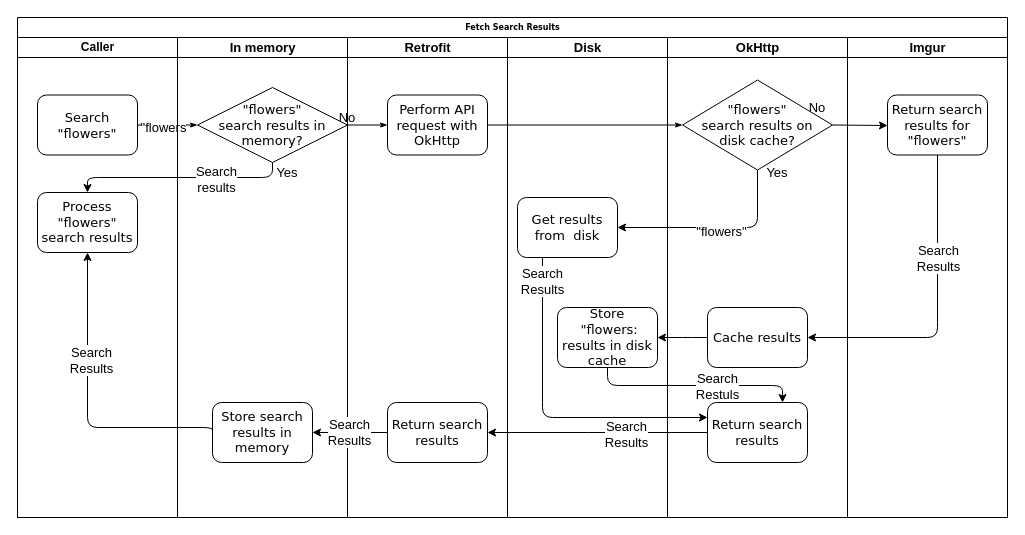
Earlier version of the draw.io diagram ImgurSearchFlowDiagram.drawio (pathakashish/ImgurSearchDemo). Source tidied: cells renumbered, new cells numbered last; positions are measured from the earlier drawing's top-left corner, leaving out a move shared by most shapes. Both pictures are drawn from the tidied source at 100%, with x=0, y=0 at pixel (17, 17).
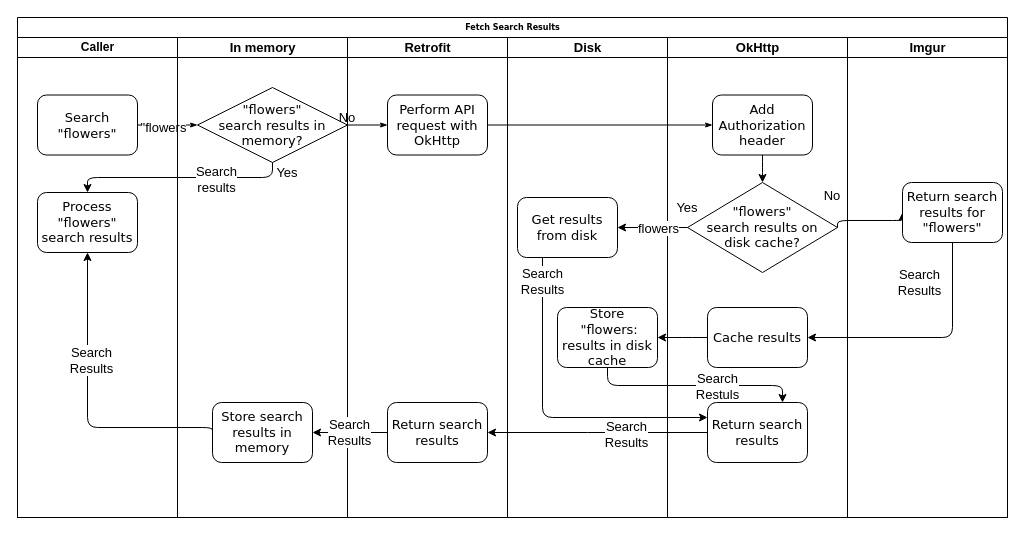
Above is the later version.

Commit message:
Add the authorization header

Unchanged cells that the change refers to:
```xml
<mxCell id="2" value="Fetch Search Results" style="swimlane;html=1;startSize=20;rounded=0;shadow=0;labelBackgroundColor=none;strokeWidth=1;fontFamily=Verdana;fontSize=8;align=center;" parent="1" vertex="1">
  <mxGeometry width="990" height="500" as="geometry" />
</mxCell>
<mxCell id="15" value="Perform API request with OkHttp" style="rounded=1;whiteSpace=wrap;html=1;shadow=0;labelBackgroundColor=none;strokeWidth=1;fontFamily=Verdana;fontSize=13;align=center;" parent="12" vertex="1">
  <mxGeometry x="40" y="57.5" width="100" height="60" as="geometry" />
</mxCell>
<mxCell id="16" value="Disk" style="swimlane;html=1;startSize=20;fontSize=13;" parent="2" vertex="1">
  <mxGeometry x="490" y="20" width="160" height="480" as="geometry" />
</mxCell>
<mxCell id="19" value="OkHttp" style="swimlane;html=1;startSize=20;fontSize=13;" parent="2" vertex="1">
  <mxGeometry x="650" y="20" width="180" height="480" as="geometry" />
</mxCell>
<mxCell id="25" value="Imgur" style="swimlane;html=1;startSize=20;fontSize=13;" parent="2" vertex="1">
  <mxGeometry x="830" y="20" width="160" height="480" as="geometry" />
</mxCell>
```

What changed in the source:
```diff
@@
-    <mxCell id="17" value="Get results from &amp;nbsp;disk" style="rounded=1;whiteSpace=wrap;html=1;shadow=0;labelBackgroundColor=none;strokeWidth=1;fontFamily=Verdana;fontSize=13;align=center;" parent="16" vertex="1">
+    <mxCell id="17" value="Get results from disk" style="rounded=1;whiteSpace=wrap;html=1;shadow=0;labelBackgroundColor=none;strokeWidth=1;fontFamily=Verdana;fontSize=13;align=center;" parent="16" vertex="1">
       <mxGeometry x="10" y="160" width="100" height="60" as="geometry" />
     </mxCell>
@@
-    <mxCell id="20" value="&quot;flowers&quot;&lt;br&gt;search&amp;nbsp;results on&lt;br style=&quot;font-size: 13px&quot;&gt;disk&amp;nbsp;cache?" style="rhombus;whiteSpace=wrap;html=1;rounded=0;shadow=0;labelBackgroundColor=none;strokeWidth=1;fontFamily=Verdana;fontSize=13;align=center;" parent="19" vertex="1">
-      <mxGeometry x="15" y="42.5" width="150" height="90" as="geometry" />
-    </mxCell>
+    <mxCell id="46" style="edgeStyle=elbowEdgeStyle;rounded=1;jettySize=auto;elbow=vertical;html=1;exitX=0.5;exitY=1;exitDx=0;exitDy=0;entryX=0.5;entryY=0;entryDx=0;entryDy=0;fontSize=13;" parent="19" edge="1" source="47" target="20">
+      <mxGeometry relative="1" as="geometry" />
+    </mxCell>
+    <mxCell id="23" value="Yes" style="text;html=1;strokeColor=none;fillColor=none;align=center;verticalAlign=middle;whiteSpace=wrap;rounded=0;fontSize=13;" parent="19" vertex="1">
+      <mxGeometry y="160" width="40" height="20" as="geometry" />
+    </mxCell>
+    <mxCell id="47" value="Add Authorization header" style="rounded=1;whiteSpace=wrap;html=1;shadow=0;labelBackgroundColor=none;strokeWidth=1;fontFamily=Verdana;fontSize=13;align=center;" parent="19" vertex="1">
+      <mxGeometry x="45" y="57.5" width="100" height="60" as="geometry" />
+    </mxCell>
@@
-    <mxCell id="23" value="Yes" style="text;html=1;strokeColor=none;fillColor=none;align=center;verticalAlign=middle;whiteSpace=wrap;rounded=0;fontSize=13;" parent="19" vertex="1">
-      <mxGeometry x="90" y="125" width="40" height="20" as="geometry" />
-    </mxCell>
+    <mxCell id="20" value="&quot;flowers&quot;&lt;br&gt;search&amp;nbsp;results on&lt;br style=&quot;font-size: 13px&quot;&gt;disk&amp;nbsp;cache?" style="rhombus;whiteSpace=wrap;html=1;rounded=0;shadow=0;labelBackgroundColor=none;strokeWidth=1;fontFamily=Verdana;fontSize=13;align=center;" parent="19" vertex="1">
+      <mxGeometry x="20" y="145" width="150" height="90" as="geometry" />
+    </mxCell>
     <mxCell id="24" value="No" style="text;html=1;strokeColor=none;fillColor=none;align=center;verticalAlign=middle;whiteSpace=wrap;rounded=0;fontSize=13;" parent="19" vertex="1">
-      <mxGeometry x="130" y="60" width="40" height="20" as="geometry" />
+      <mxGeometry x="145" y="147.5" width="40" height="20" as="geometry" />
     </mxCell>
+    <mxCell id="33" style="edgeStyle=elbowEdgeStyle;rounded=1;jettySize=auto;elbow=vertical;html=1;exitX=1;exitY=0.5;exitDx=0;exitDy=0;entryX=0;entryY=0.5;entryDx=0;entryDy=0;fontSize=13;" parent="2" edge="1" source="20" target="26">
+      <mxGeometry relative="1" as="geometry" />
+    </mxCell>
@@
     <mxCell id="26" value="Return search results for &quot;flowers&quot;" style="rounded=1;whiteSpace=wrap;html=1;shadow=0;labelBackgroundColor=none;strokeWidth=1;fontFamily=Verdana;fontSize=13;align=center;" parent="25" vertex="1">
-      <mxGeometry x="40" y="57.5" width="100" height="60" as="geometry" />
+      <mxGeometry x="55" y="145" width="100" height="60" as="geometry" />
     </mxCell>
@@
-    <mxCell id="30" style="edgeStyle=orthogonalEdgeStyle;rounded=1;html=1;labelBackgroundColor=none;startArrow=none;startFill=0;startSize=5;endArrow=classicThin;endFill=1;endSize=5;jettySize=auto;strokeWidth=1;fontFamily=Verdana;fontSize=13;entryX=0;entryY=0.5;entryDx=0;entryDy=0;exitX=1;exitY=0.5;exitDx=0;exitDy=0;" parent="2" edge="1" source="15" target="20">
+    <mxCell id="30" style="edgeStyle=orthogonalEdgeStyle;rounded=1;html=1;labelBackgroundColor=none;startArrow=none;startFill=0;startSize=5;endArrow=classicThin;endFill=1;endSize=5;jettySize=auto;strokeWidth=1;fontFamily=Verdana;fontSize=13;exitX=1;exitY=0.5;exitDx=0;exitDy=0;entryX=0;entryY=0.5;entryDx=0;entryDy=0;" parent="2" edge="1" source="15" target="47">
       <mxGeometry relative="1" as="geometry" />
     </mxCell>
-    <mxCell id="31" style="edgeStyle=elbowEdgeStyle;rounded=1;jettySize=auto;elbow=vertical;html=1;exitX=0.5;exitY=1;exitDx=0;exitDy=0;entryX=1;entryY=0.5;entryDx=0;entryDy=0;fontSize=13;" parent="2" edge="1" source="20" target="17">
-      <mxGeometry relative="1" as="geometry">
-        <Array as="points">
-          <mxPoint x="700" y="210" />
-        </Array>
-      </mxGeometry>
-    </mxCell>
-    <mxCell id="32" value="&quot;flowers&quot;" style="edgeLabel;html=1;align=center;verticalAlign=middle;fontSize=13;" parent="31" vertex="1">
-      <mxGeometry x="-0.3" y="-25" relative="1" as="geometry">
-        <mxPoint x="-25" y="28" as="offset" />
-      </mxGeometry>
-    </mxCell>
-    <mxCell id="33" style="edgeStyle=elbowEdgeStyle;rounded=1;jettySize=auto;elbow=vertical;html=1;exitX=1;exitY=0.5;exitDx=0;exitDy=0;entryX=0;entryY=0.5;entryDx=0;entryDy=0;fontSize=13;" parent="2" edge="1" source="20" target="26">
-      <mxGeometry relative="1" as="geometry" />
-    </mxCell>
@@
+    <mxCell id="31" style="edgeStyle=elbowEdgeStyle;rounded=1;jettySize=auto;elbow=vertical;html=1;exitX=0;exitY=0.5;exitDx=0;exitDy=0;fontSize=13;" parent="2" edge="1" source="20" target="17">
+      <mxGeometry relative="1" as="geometry" />
+    </mxCell>
+    <mxCell id="48" value="flowers" style="edgeLabel;html=1;align=center;verticalAlign=middle;fontSize=13;" parent="31" vertex="1">
+      <mxGeometry x="0.31" y="1" relative="1" as="geometry">
+        <mxPoint x="16" y="-1" as="offset" />
+      </mxGeometry>
+    </mxCell>
```
